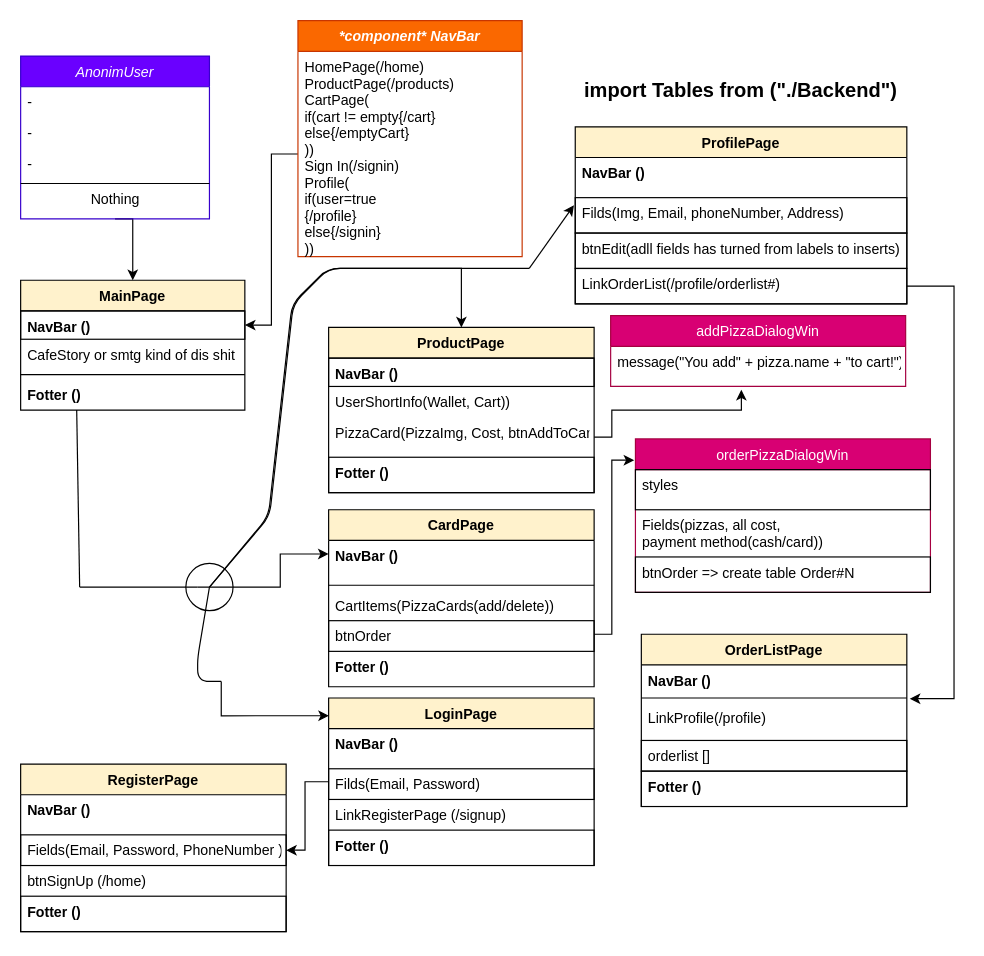
The draw.io diagram page "Frontend" (1 of 3) of RenoPizza.drawio in RenoBuldigaddd/reno-pizza, before the edit. Source tidied: cells renumbered, new cells numbered last; positions are measured from the earlier drawing's top-left corner, leaving out a move shared by most shapes. Both pictures are drawn from the tidied source at 118%, with x=0, y=0 at pixel (20, 20).
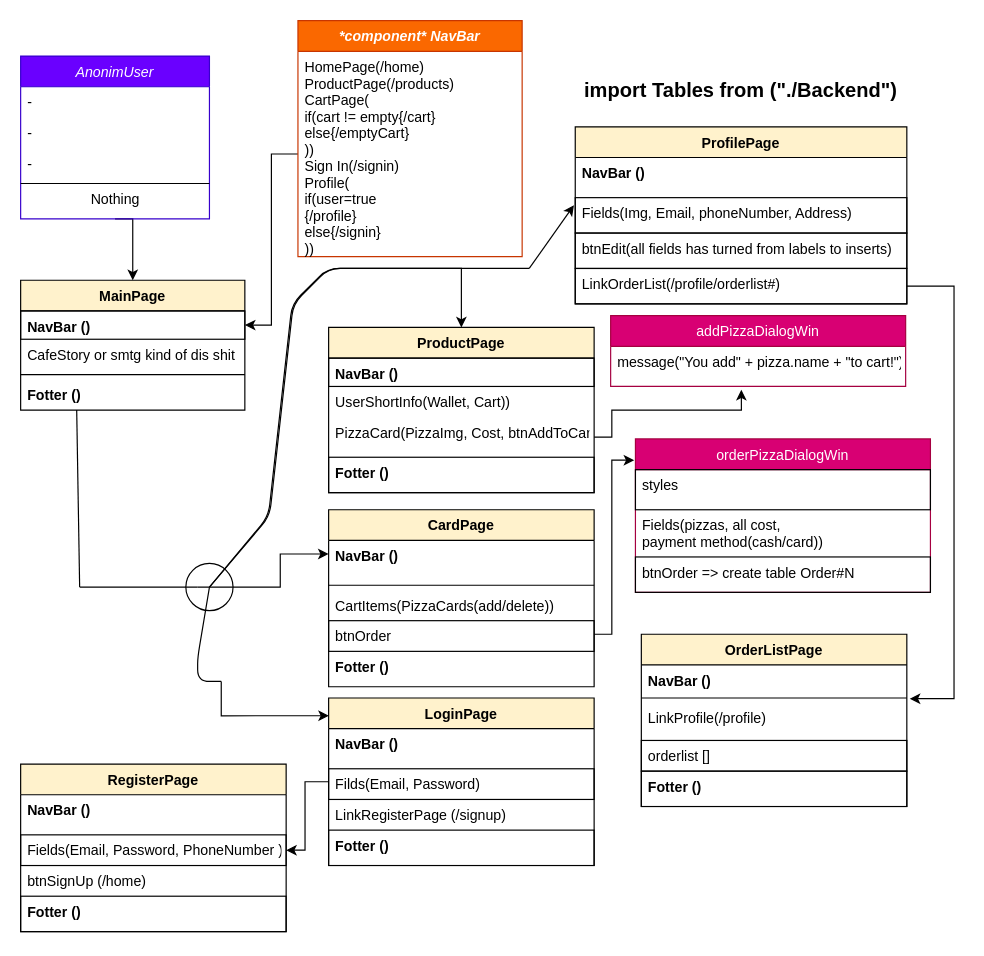
The same diagram, later.

The change refers to these unchanged cells:
```xml
<mxCell id="65" value="ProfilePage" style="swimlane;fontStyle=1;align=center;verticalAlign=top;horizontal=1;startSize=26;fillColor=#fff2cc;" parent="1" vertex="1">
  <mxGeometry x="470" y="90" width="281" height="150" as="geometry" />
</mxCell>
```

The edit, as a diff of the source:
```diff
@@
-    <mxCell id="67" value="Filds(Img, Email, phoneNumber, Address)" style="text;fillColor=none;align=left;verticalAlign=top;spacingLeft=4;spacingRight=4;overflow=hidden;points=[[0,0.5],[1,0.5]];portConstraint=eastwest;strokeColor=#000000;" parent="65" vertex="1">
+    <mxCell id="67" value="Fields(Img, Email, phoneNumber, Address)" style="text;fillColor=none;align=left;verticalAlign=top;spacingLeft=4;spacingRight=4;overflow=hidden;points=[[0,0.5],[1,0.5]];portConstraint=eastwest;strokeColor=#000000;" parent="65" vertex="1">
       <mxGeometry y="60" width="281" height="30" as="geometry" />
     </mxCell>
-    <mxCell id="68" value="btnEdit(adll fields has turned from labels to inserts)" style="text;fillColor=none;align=left;verticalAlign=top;spacingLeft=4;spacingRight=4;overflow=hidden;strokeColor=#000000;" parent="65" vertex="1">
+    <mxCell id="68" value="btnEdit(all fields has turned from labels to inserts)" style="text;fillColor=none;align=left;verticalAlign=top;spacingLeft=4;spacingRight=4;overflow=hidden;strokeColor=#000000;" parent="65" vertex="1">
       <mxGeometry y="90" width="281" height="30" as="geometry" />
     </mxCell>
```
